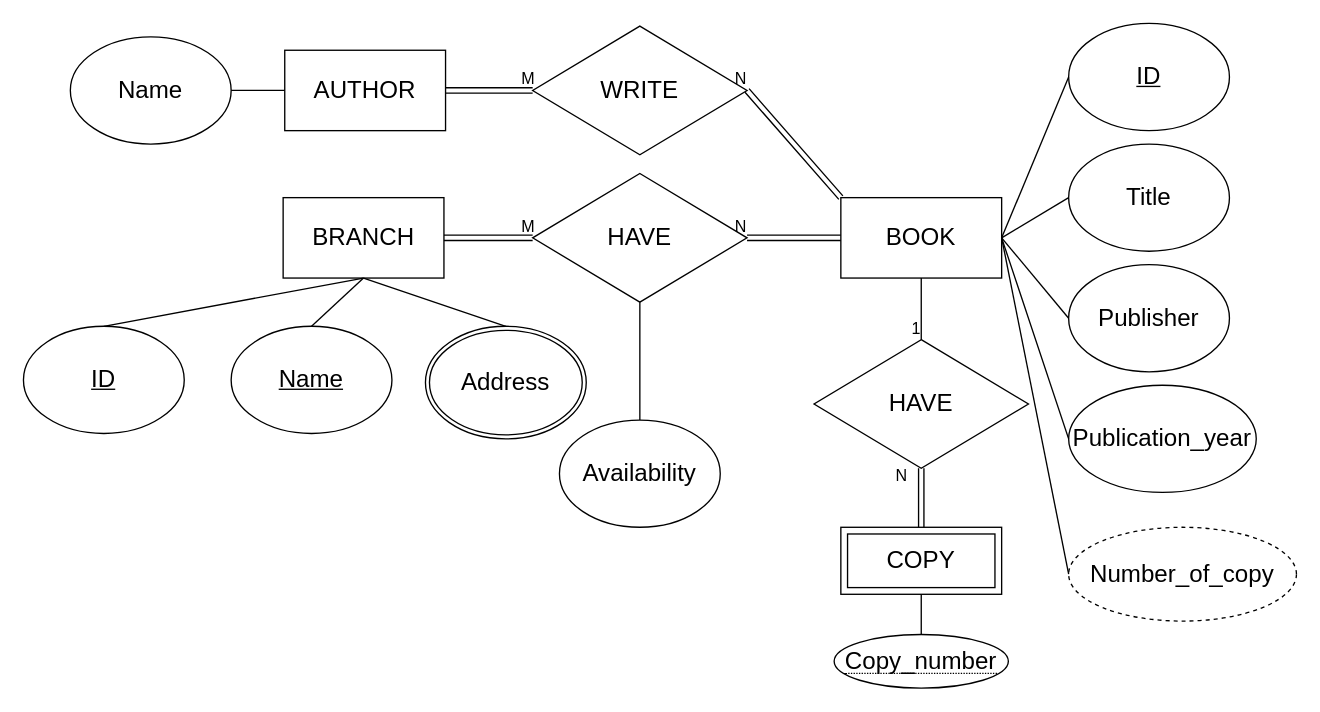
The draw.io diagram erd-library.drawio in quangmnh/drawio, before the edit. Source tidied: cells renumbered, new cells numbered last; positions are measured from the earlier drawing's top-left corner, leaving out a move shared by most shapes. Both pictures are drawn from the tidied source at 134%, with x=0, y=0 at pixel (23, 23).
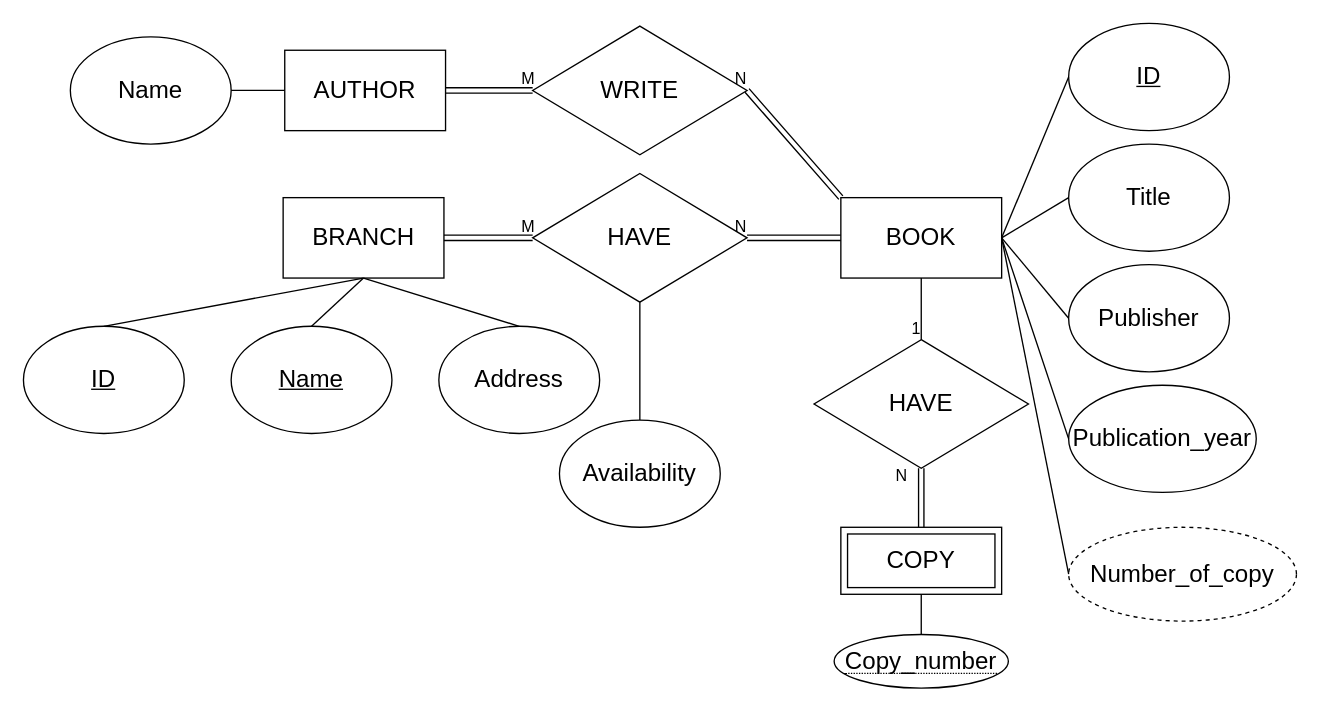
The same diagram, later.

Diff of the diagram source:
```diff
@@
-    <mxCell id="42" value="&lt;font style=&quot;font-size: 18px&quot;&gt;Address&lt;/font&gt;" style="ellipse;shape=doubleEllipse;margin=3;whiteSpace=wrap;html=1;align=center;" parent="1" vertex="1">
-      <mxGeometry x="300" y="226" width="120" height="84" as="geometry" />
+    <mxCell id="42" value="&lt;font style=&quot;font-size: 18px&quot;&gt;Address&lt;/font&gt;" style="ellipse;whiteSpace=wrap;html=1;" parent="1" vertex="1">
+      <mxGeometry x="310" y="226" width="120" height="80" as="geometry" />
     </mxCell>
```
